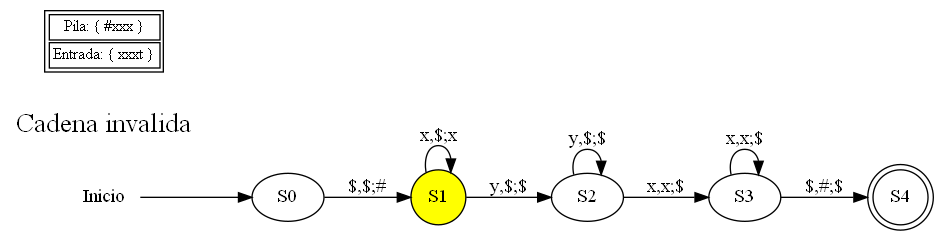
Above: paso.png in KevinPozuelos/KevinPozuelos-Proyecto_2_LFP_201800992 (Graphviz), before the change. Its source is kept beside it as Carga/paso.dot.
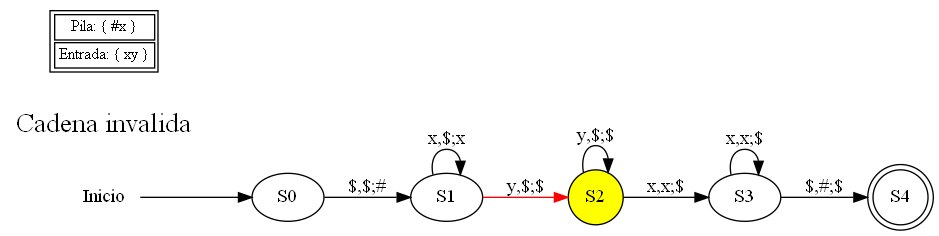
The same file after the commit.

What changed in the source:
```diff
@@ -4,7 +4,7 @@
 
 S4 [shape = doublecircle];
 
-Titulo [shape=plaintext,fontsize=20, label="Cadena invalida"]S1 [shape = circle, style = filled, fillcolor = yellow];
+Titulo [shape=plaintext,fontsize=20, label="Cadena invalida"]S2 [shape = circle, style = filled, fillcolor = yellow];
 
 "Inicio" [shape = plaintext];
 
@@ -14,7 +14,7 @@
 
 S1 -> S1 [label = "x,$;x"]
 
-S1 -> S2 [label = "y,$;$"]
+S1 -> S2 [label = "y,$;$", color = red]
 
 S2 -> S2 [label = "y,$;$"]
 
@@ -26,6 +26,6 @@
 
 
 
-tabla[shape=plaintext,fontsize=12, label=<<TABLE BORDER="1"><TR><TD>Pila: { #xxx }</TD></TR><TR><TD>Entrada: { xxxt }</TD></TR></TABLE>>];
+tabla[shape=plaintext,fontsize=12, label=<<TABLE BORDER="1"><TR><TD>Pila: { #x }</TD></TR><TR><TD>Entrada: { xy }</TD></TR></TABLE>>];
 
 }
```
